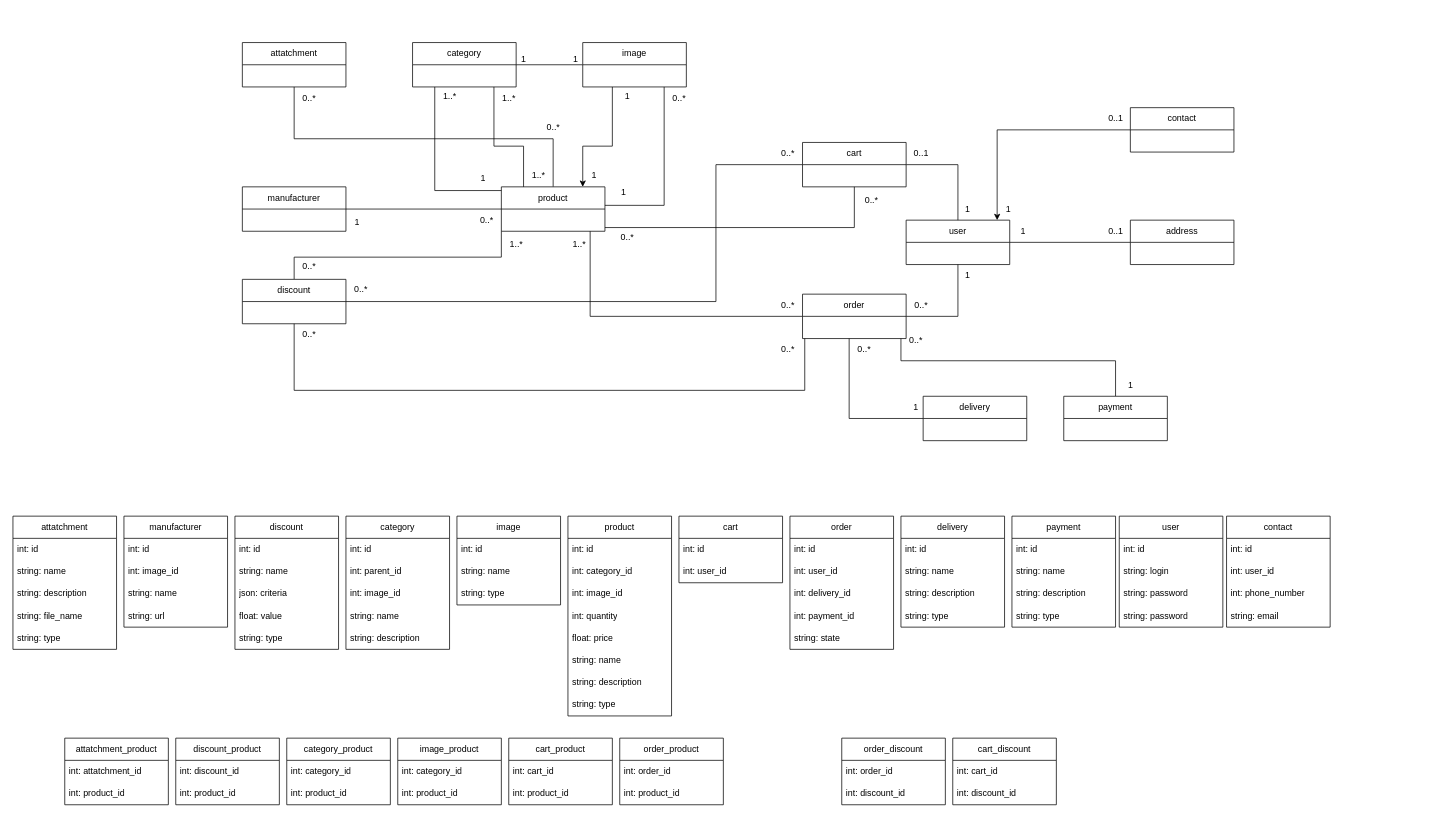
Above: my_shop/Database_Structure.drawio in MateuszCzo/Symfony (draw.io), before the change. Source tidied: cells renumbered, new cells numbered last; positions are measured from the earlier drawing's top-left corner, leaving out a move shared by most shapes. Both pictures are drawn from the tidied source at 74%, with x=0, y=0 at pixel (13, 42).
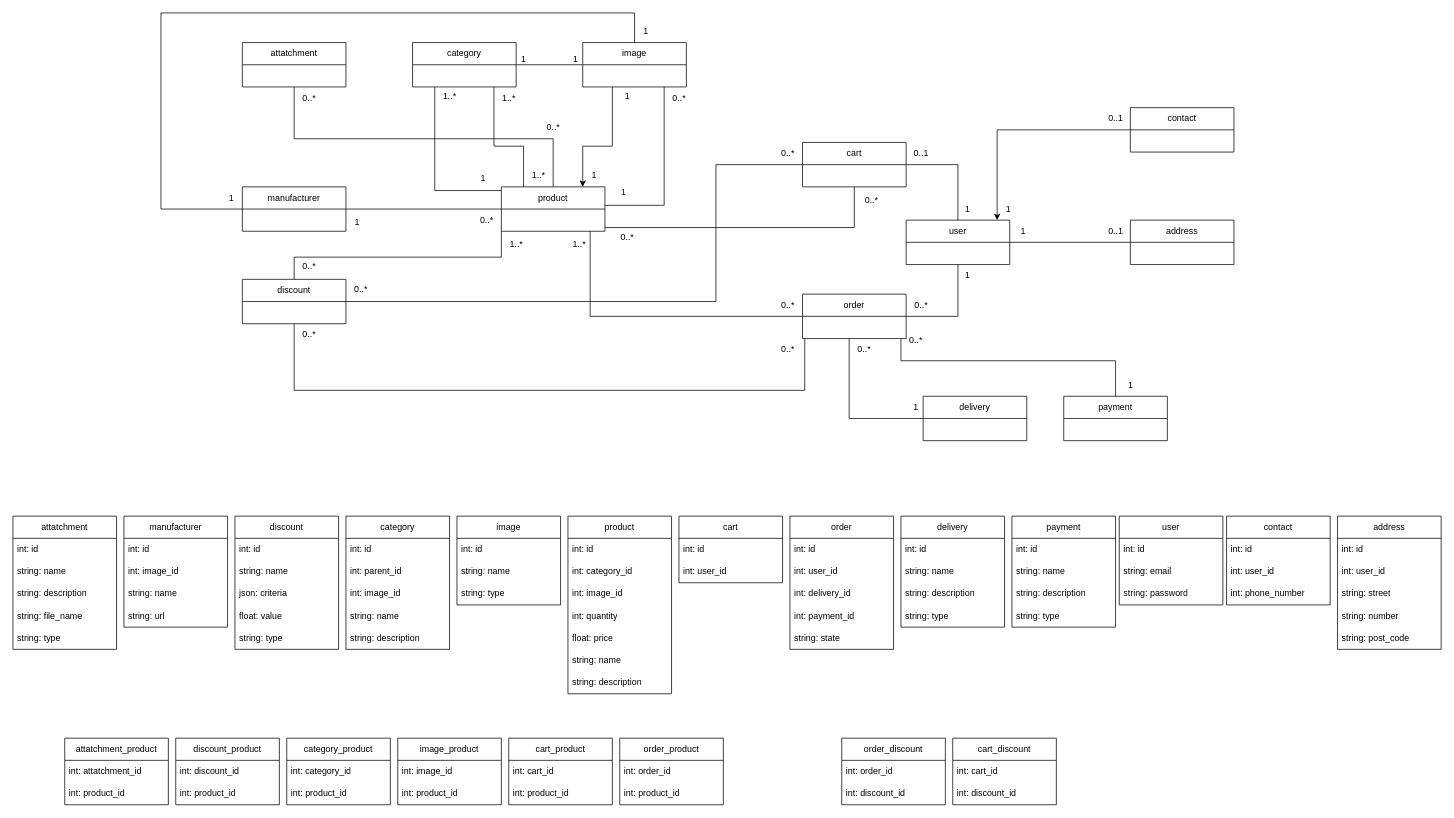
After the change.

Commit message:
refactor database schema

Unchanged cells that the change refers to:
```xml
<mxCell id="21" value="image" style="swimlane;fontStyle=0;horizontal=1;startSize=30;whiteSpace=wrap;html=1;" parent="1" vertex="1">
  <mxGeometry x="770" width="140" height="60" as="geometry" />
</mxCell>
<mxCell id="39" value="manufacturer" style="swimlane;fontStyle=0;horizontal=1;startSize=30;whiteSpace=wrap;html=1;" parent="1" vertex="1">
  <mxGeometry x="310" y="195" width="140" height="60" as="geometry" />
</mxCell>
<mxCell id="140" value="image_product" style="swimlane;fontStyle=0;horizontal=1;startSize=30;whiteSpace=wrap;html=1;" parent="1" vertex="1">
  <mxGeometry x="520" y="940" width="140" height="90" as="geometry" />
</mxCell>
```

What changed in the source:
```diff
@@
+    <mxCell id="159" style="edgeStyle=orthogonalEdgeStyle;rounded=0;jettySize=auto;html=1;endArrow=none;endFill=0;" parent="1" edge="1" source="21" target="39">
+      <mxGeometry relative="1" as="geometry">
+        <Array as="points">
+          <mxPoint x="840" y="-40" />
+          <mxPoint x="200" y="-40" />
+          <mxPoint x="200" y="225" />
+        </Array>
+      </mxGeometry>
+    </mxCell>
@@
     <mxCell id="75" value="product" style="swimlane;fontStyle=0;horizontal=1;startSize=30;whiteSpace=wrap;html=1;" parent="1" vertex="1">
-      <mxGeometry x="750" y="640" width="140" height="270" as="geometry" />
+      <mxGeometry x="750" y="640" width="140" height="240" as="geometry" />
     </mxCell>
@@
-    <mxCell id="84" value="string: type" style="text;strokeColor=none;fillColor=none;align=left;verticalAlign=middle;spacingLeft=4;spacingRight=4;overflow=hidden;whiteSpace=wrap;html=1;" parent="75" vertex="1">
-      <mxGeometry y="240" width="140" height="30" as="geometry" />
-    </mxCell>
@@
     <mxCell id="121" value="user" style="swimlane;fontStyle=0;horizontal=1;startSize=30;whiteSpace=wrap;html=1;" parent="1" vertex="1">
-      <mxGeometry x="1495" y="640" width="140" height="150" as="geometry" />
+      <mxGeometry x="1495" y="640" width="140" height="120" as="geometry" />
     </mxCell>
@@
-    <mxCell id="123" value="string: login" style="text;strokeColor=none;fillColor=none;align=left;verticalAlign=middle;spacingLeft=4;spacingRight=4;overflow=hidden;whiteSpace=wrap;html=1;" parent="121" vertex="1">
-      <mxGeometry y="60" width="140" height="30" as="geometry" />
-    </mxCell>
+    <mxCell id="130" value="string: email" style="text;strokeColor=none;fillColor=none;align=left;verticalAlign=middle;spacingLeft=4;spacingRight=4;overflow=hidden;whiteSpace=wrap;html=1;" parent="121" vertex="1">
+      <mxGeometry y="60" width="140" height="30" as="geometry" />
+    </mxCell>
@@
-    <mxCell id="125" value="string: password" style="text;strokeColor=none;fillColor=none;align=left;verticalAlign=middle;spacingLeft=4;spacingRight=4;overflow=hidden;whiteSpace=wrap;html=1;" parent="121" vertex="1">
-      <mxGeometry y="120" width="140" height="30" as="geometry" />
-    </mxCell>
     <mxCell id="126" value="contact" style="swimlane;fontStyle=0;horizontal=1;startSize=30;whiteSpace=wrap;html=1;" parent="1" vertex="1">
-      <mxGeometry x="1640" y="640" width="140" height="150" as="geometry" />
+      <mxGeometry x="1640" y="640" width="140" height="120" as="geometry" />
     </mxCell>
@@
-    <mxCell id="130" value="string: email" style="text;strokeColor=none;fillColor=none;align=left;verticalAlign=middle;spacingLeft=4;spacingRight=4;overflow=hidden;whiteSpace=wrap;html=1;" parent="126" vertex="1">
-      <mxGeometry y="120" width="140" height="30" as="geometry" />
-    </mxCell>
@@
-    <mxCell id="141" value="int: category_id" style="text;strokeColor=none;fillColor=none;align=left;verticalAlign=middle;spacingLeft=4;spacingRight=4;overflow=hidden;whiteSpace=wrap;html=1;" parent="140" vertex="1">
+    <mxCell id="141" value="int: image_id" style="text;strokeColor=none;fillColor=none;align=left;verticalAlign=middle;spacingLeft=4;spacingRight=4;overflow=hidden;whiteSpace=wrap;html=1;" parent="140" vertex="1">
       <mxGeometry y="30" width="140" height="30" as="geometry" />
     </mxCell>
@@
+    <mxCell id="160" value="address" style="swimlane;fontStyle=0;horizontal=1;startSize=30;whiteSpace=wrap;html=1;" parent="1" vertex="1">
+      <mxGeometry x="1790" y="640" width="140" height="180" as="geometry" />
+    </mxCell>
+    <mxCell id="161" value="int: id" style="text;strokeColor=none;fillColor=none;align=left;verticalAlign=middle;spacingLeft=4;spacingRight=4;overflow=hidden;whiteSpace=wrap;html=1;" parent="160" vertex="1">
+      <mxGeometry y="30" width="140" height="30" as="geometry" />
+    </mxCell>
+    <mxCell id="162" value="int: user_id" style="text;strokeColor=none;fillColor=none;align=left;verticalAlign=middle;spacingLeft=4;spacingRight=4;overflow=hidden;whiteSpace=wrap;html=1;" parent="160" vertex="1">
+      <mxGeometry y="60" width="140" height="30" as="geometry" />
+    </mxCell>
+    <mxCell id="163" value="string: street" style="text;strokeColor=none;fillColor=none;align=left;verticalAlign=middle;spacingLeft=4;spacingRight=4;overflow=hidden;whiteSpace=wrap;html=1;" parent="160" vertex="1">
+      <mxGeometry y="90" width="140" height="30" as="geometry" />
+    </mxCell>
+    <mxCell id="164" value="string: number" style="text;strokeColor=none;fillColor=none;align=left;verticalAlign=middle;spacingLeft=4;spacingRight=4;overflow=hidden;whiteSpace=wrap;html=1;" parent="160" vertex="1">
+      <mxGeometry y="120" width="140" height="30" as="geometry" />
+    </mxCell>
+    <mxCell id="165" value="string: post_code" style="text;strokeColor=none;fillColor=none;align=left;verticalAlign=middle;spacingLeft=4;spacingRight=4;overflow=hidden;whiteSpace=wrap;html=1;" parent="160" vertex="1">
+      <mxGeometry y="150" width="140" height="30" as="geometry" />
+    </mxCell>
+    <mxCell id="166" value="1" style="text;html=1;align=center;verticalAlign=middle;strokeColor=none;fillColor=none;" parent="1" vertex="1">
+      <mxGeometry x="840" y="-30" width="30" height="30" as="geometry" />
+    </mxCell>
+    <mxCell id="167" value="1" style="text;html=1;align=center;verticalAlign=middle;strokeColor=none;fillColor=none;" parent="1" vertex="1">
+      <mxGeometry x="280" y="195" width="30" height="30" as="geometry" />
+    </mxCell>
```
